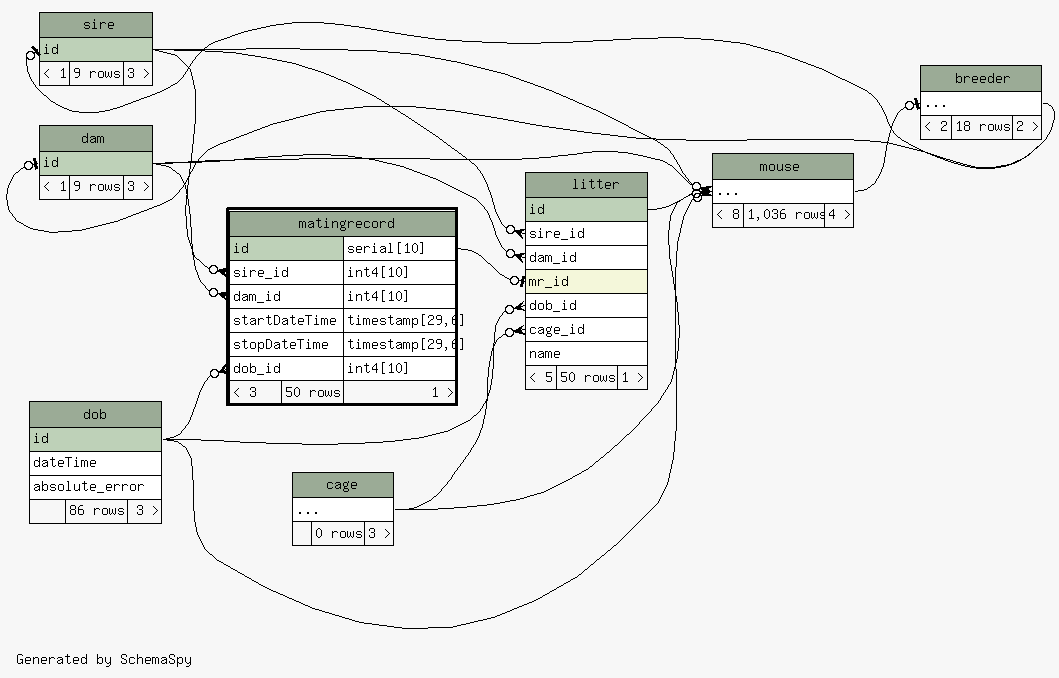
Above: database/ss/diagrams/matingrecord.2degrees.png in tgbugs/mlab (Graphviz), before the change. Its source is kept beside it as database/ss/diagrams/matingrecord.2degrees.dot.
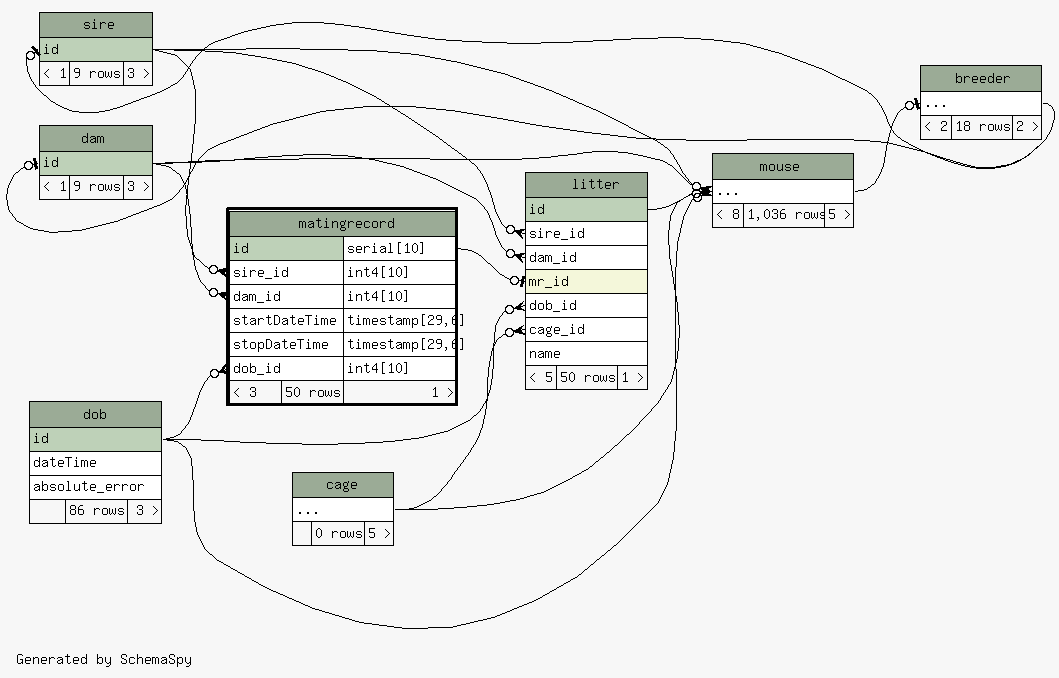
After the change.

Diff of the diagram source:
```diff
@@ -48,7 +48,7 @@
     <TABLE BORDER="0" CELLBORDER="1" CELLSPACING="0" BGCOLOR="#ffffff">
       <TR><TD COLSPAN="3" BGCOLOR="#9bab96" ALIGN="CENTER">cage</TD></TR>
       <TR><TD PORT="elipses" COLSPAN="3" ALIGN="LEFT">...</TD></TR>
-      <TR><TD ALIGN="LEFT" BGCOLOR="#f7f7f7">  </TD><TD ALIGN="RIGHT" BGCOLOR="#f7f7f7">0 rows</TD><TD ALIGN="RIGHT" BGCOLOR="#f7f7f7">3 &gt;</TD></TR>
+      <TR><TD ALIGN="LEFT" BGCOLOR="#f7f7f7">  </TD><TD ALIGN="RIGHT" BGCOLOR="#f7f7f7">0 rows</TD><TD ALIGN="RIGHT" BGCOLOR="#f7f7f7">5 &gt;</TD></TR>
     </TABLE>>
     URL="cage.html"
     tooltip="cage"
@@ -111,7 +111,7 @@
     <TABLE BORDER="0" CELLBORDER="1" CELLSPACING="0" BGCOLOR="#ffffff">
       <TR><TD COLSPAN="3" BGCOLOR="#9bab96" ALIGN="CENTER">mouse</TD></TR>
       <TR><TD PORT="elipses" COLSPAN="3" ALIGN="LEFT">...</TD></TR>
-      <TR><TD ALIGN="LEFT" BGCOLOR="#f7f7f7">&lt; 8</TD><TD ALIGN="RIGHT" BGCOLOR="#f7f7f7">1,036 rows</TD><TD ALIGN="RIGHT" BGCOLOR="#f7f7f7">4 &gt;</TD></TR>
+      <TR><TD ALIGN="LEFT" BGCOLOR="#f7f7f7">&lt; 8</TD><TD ALIGN="RIGHT" BGCOLOR="#f7f7f7">1,036 rows</TD><TD ALIGN="RIGHT" BGCOLOR="#f7f7f7">5 &gt;</TD></TR>
     </TABLE>>
     URL="mouse.html"
     tooltip="mouse"
```
